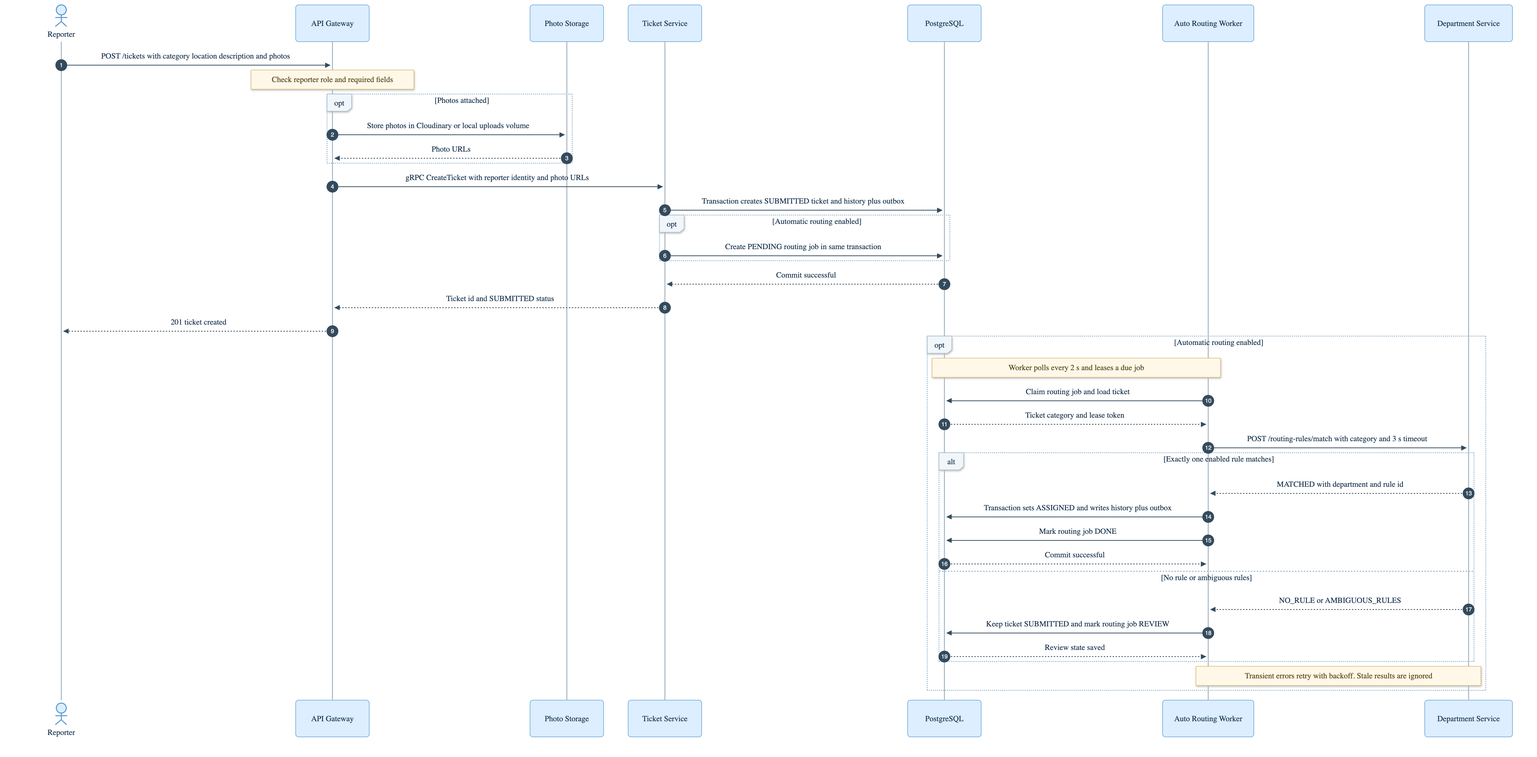
This is docs/presentation/06-sequence-create-ticket-auto-routing.png from Pantipkub/chula-fondue, a Mermaid export, as it was before one commit. Its source is kept beside it as docs/presentation/06-sequence-create-ticket-auto-routing.mmd.
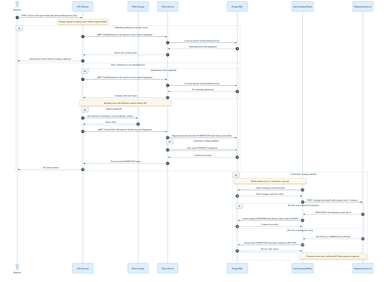
After the commit.

What changed in the source:
```diff
@@ -9,20 +9,35 @@
   participant Auto as Auto Routing Worker
   participant Dept as Department Service
 
-  Reporter->>GW: POST /tickets with category location description and photos
-  Note over GW: Check reporter role and required fields
-  opt Photos attached
-    GW->>Photos: Store photos in Cloudinary or local uploads volume
-    Photos-->>GW: Photo URLs
+  Reporter->>GW: POST /tickets with report fields and optional Idempotency-Key
+  Note over GW: Require signed-in reporter and validate required fields
+  alt Matching submission already exists
+    GW->>TS: gRPC FindSubmission with reporter id and content fingerprint
+    TS->>PG: Look up reporter id and submission key
+    PG-->>TS: Matching ticket and fingerprint
+    TS-->>GW: Return the existing ticket
+    GW-->>Reporter: Return prior result without creating a duplicate
+  else New submission or no matching key
+    opt Idempotency-Key supplied
+      GW->>TS: gRPC FindSubmission with reporter id and content fingerprint
+      TS->>PG: Look up reporter id and submission key
+      PG-->>TS: No matching submission
+      TS-->>GW: Continue with new ticket
+    end
+    Note over GW,TS: Reusing a key with different content returns 409
+    opt Photos attached
+      GW->>Photos: Store photos in Cloudinary or local uploads volume
+      Photos-->>GW: Photo URLs
+    end
+    GW->>TS: gRPC CreateTicket with reporter identity key and fingerprint
+    TS->>PG: Begin transaction and write SUBMITTED ticket history and outbox
+    opt Automatic routing enabled
+      TS->>PG: Also create PENDING routing job
+    end
+    PG-->>TS: Commit successful
+    TS-->>GW: Ticket id and SUBMITTED status
+    GW-->>Reporter: 201 ticket created
   end
-  GW->>TS: gRPC CreateTicket with reporter identity and photo URLs
-  TS->>PG: Transaction creates SUBMITTED ticket and history plus outbox
-  opt Automatic routing enabled
-    TS->>PG: Create PENDING routing job in same transaction
-  end
-  PG-->>TS: Commit successful
-  TS-->>GW: Ticket id and SUBMITTED status
-  GW-->>Reporter: 201 ticket created
 
   opt Automatic routing enabled
     Note over Auto,PG: Worker polls every 2 s and leases a due job
@@ -31,8 +46,7 @@
     Auto->>Dept: POST /routing-rules/match with category and 3 s timeout
     alt Exactly one enabled rule matches
       Dept-->>Auto: MATCHED with department and rule id
-      Auto->>PG: Transaction sets ASSIGNED and writes history plus outbox
-      Auto->>PG: Mark routing job DONE
+      Auto->>PG: Atomic update ASSIGNED plus history outbox and job DONE
       PG-->>Auto: Commit successful
     else No rule or ambiguous rules
       Dept-->>Auto: NO_RULE or AMBIGUOUS_RULES
```
